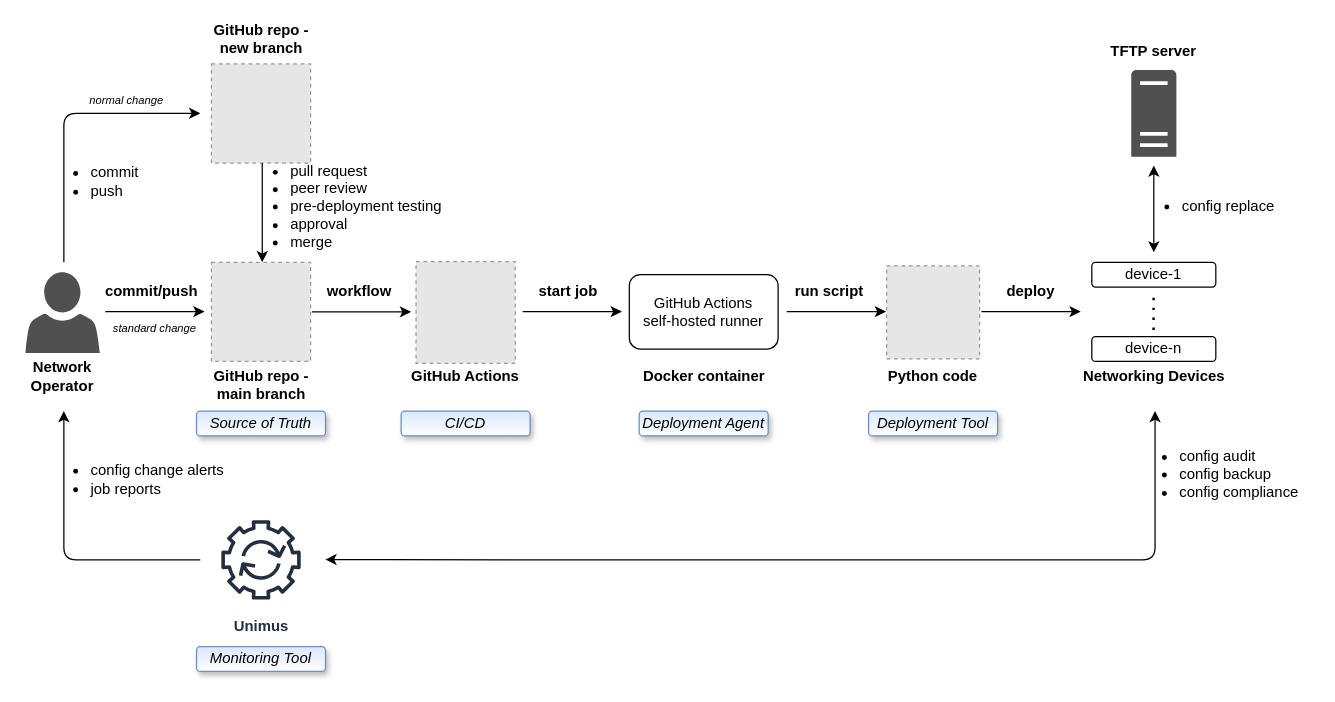
The draw.io diagram diagram-network-automation-github-actions.drawio in gdmoney/network-automation-github-actions, before the edit. Source tidied: cells renumbered, new cells numbered last; positions are measured from the earlier drawing's top-left corner, leaving out a move shared by most shapes. Both pictures are drawn from the tidied source at 124%, with x=0, y=0 at pixel (25, 26). Pictures stored in the file or linked from it are replaced by grey dashed boxes.
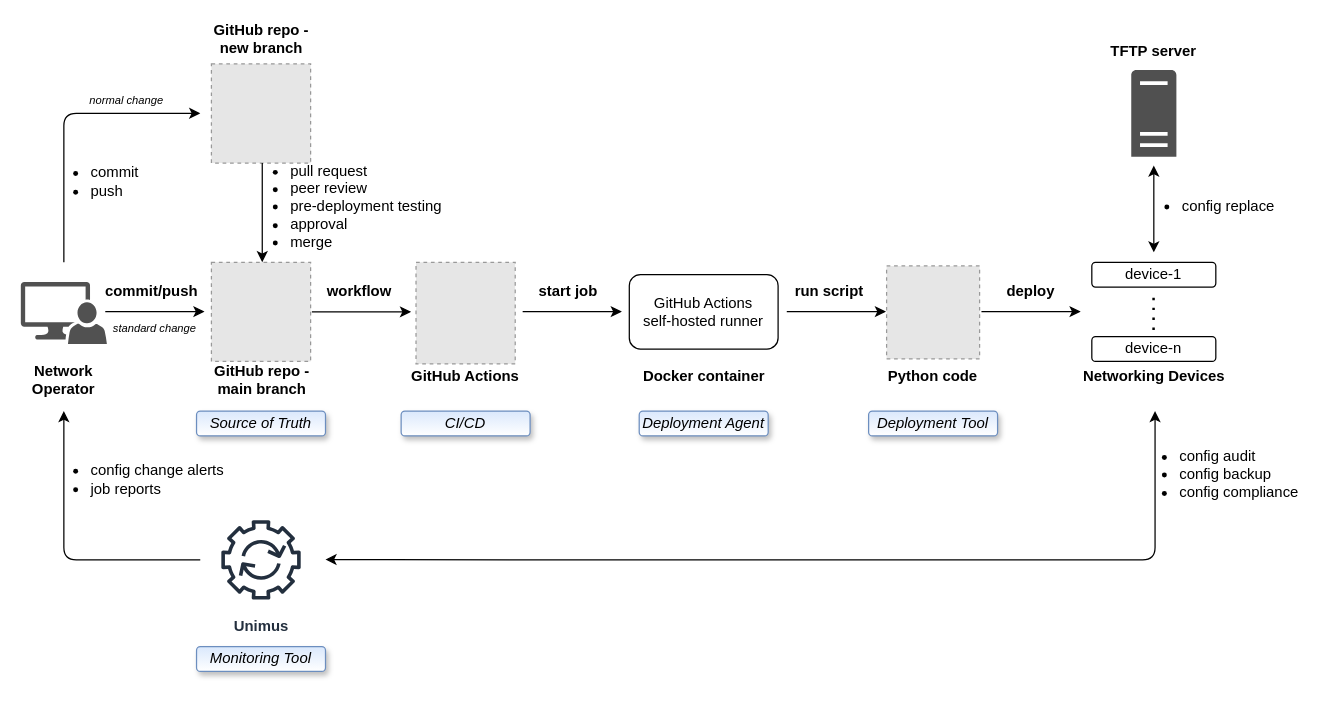
The same page after the edit.

What changed in the source:
```diff
@@
     <mxCell id="17" value="&lt;b&gt;GitHub repo - main branch&lt;/b&gt;" style="text;html=1;strokeColor=none;fillColor=none;align=center;verticalAlign=middle;whiteSpace=wrap;rounded=0;" parent="1" vertex="1">
-      <mxGeometry x="149.5" y="279" width="81" height="20" as="geometry" />
+      <mxGeometry x="151" y="270" width="80" height="30" as="geometry" />
     </mxCell>
-    <mxCell id="18" style="shadow=0;dashed=0;html=1;strokeColor=none;fillColor=#505050;labelPosition=center;verticalLabelPosition=bottom;verticalAlign=top;align=center;shape=mxgraph.office.users.user;" parent="1" vertex="1">
-      <mxGeometry y="198" width="60" height="65.2" as="geometry" />
-    </mxCell>
     <mxCell id="19" value="&lt;b&gt;Network Operator&lt;/b&gt;" style="text;html=1;strokeColor=none;fillColor=none;align=center;verticalAlign=middle;whiteSpace=wrap;rounded=0;" parent="1" vertex="1">
-      <mxGeometry x="10" y="272" width="40" height="20" as="geometry" />
+      <mxGeometry x="1" y="270" width="60" height="30" as="geometry" />
     </mxCell>
@@
     <mxCell id="39" style="fillColor=#E6E6E6;strokeColor=#999999;dashed=1;verticalLabelPosition=bottom;labelBackgroundColor=#ffffff;verticalAlign=top;" parent="1" vertex="1">
-      <mxGeometry x="315" y="189.5" width="80" height="82" as="geometry" />
+      <mxGeometry x="315" y="190" width="80" height="82" as="geometry" />
     </mxCell>
@@
+    <mxCell id="48" style="shadow=0;dashed=0;html=1;strokeColor=none;labelPosition=center;verticalLabelPosition=bottom;verticalAlign=top;align=center;fillColor=#515151;shape=mxgraph.mscae.system_center.admin_console;" parent="1" vertex="1">
+      <mxGeometry x="-3.7" y="206" width="69.4" height="50" as="geometry" />
+    </mxCell>
```
